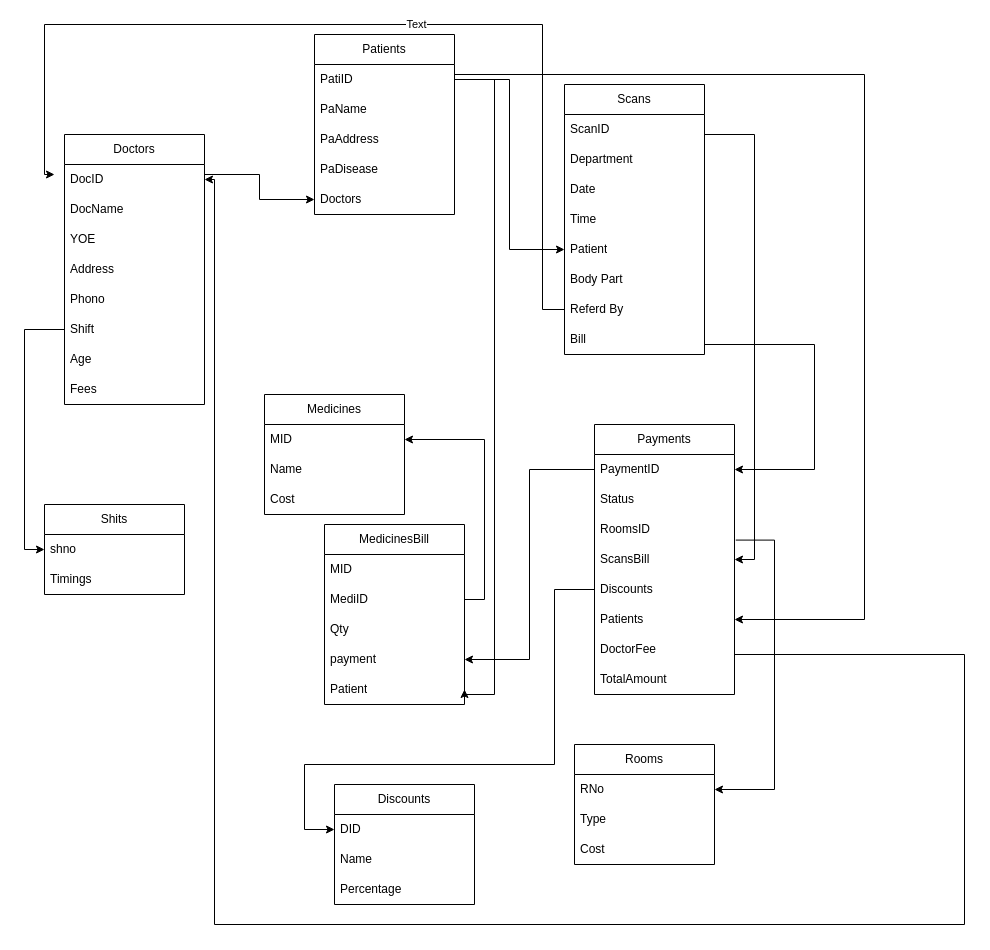
Earlier version of the draw.io diagram Untitled Diagram.drawio (BDivya251/Test1). Source tidied: cells renumbered, new cells numbered last; positions are measured from the earlier drawing's top-left corner, leaving out a move shared by most shapes. Both pictures are drawn from the tidied source at 100%, with x=0, y=0 at pixel (44, 24).
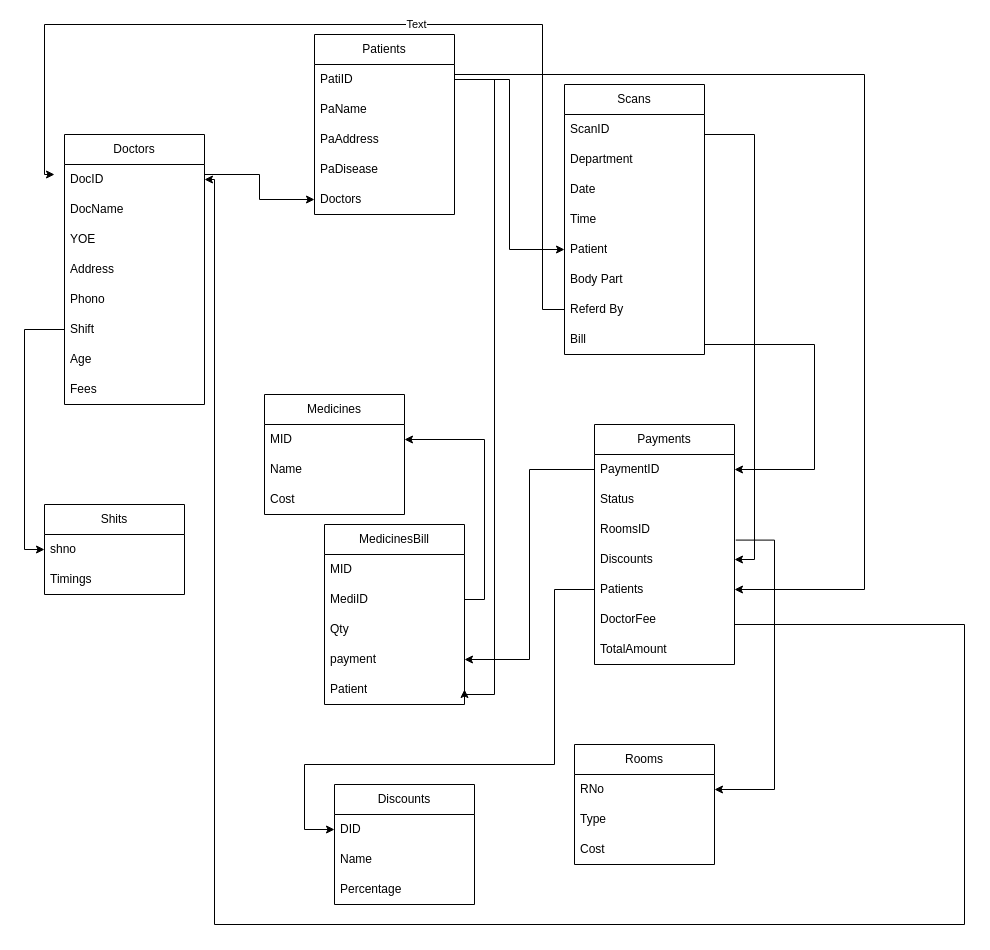
The same diagram, later.

Unchanged cells that the change refers to:
```xml
<mxCell id="3" value="DocID" style="text;strokeColor=none;fillColor=none;align=left;verticalAlign=middle;spacingLeft=4;spacingRight=4;overflow=hidden;points=[[0,0.5],[1,0.5]];portConstraint=eastwest;whiteSpace=wrap;html=1;" parent="2" vertex="1">
  <mxGeometry y="30" width="140" height="30" as="geometry" />
</mxCell>
<mxCell id="12" value="PatiID" style="text;strokeColor=none;fillColor=none;align=left;verticalAlign=middle;spacingLeft=4;spacingRight=4;overflow=hidden;points=[[0,0.5],[1,0.5]];portConstraint=eastwest;whiteSpace=wrap;html=1;" parent="11" vertex="1">
  <mxGeometry y="30" width="140" height="30" as="geometry" />
</mxCell>
```

The edit, as a diff of the source:
```diff
@@
     <mxCell id="26" value="Payments" style="swimlane;fontStyle=0;horizontal=1;startSize=30;whiteSpace=wrap;html=1;" parent="1" vertex="1">
-      <mxGeometry x="550" y="400" width="140" height="270" as="geometry" />
+      <mxGeometry x="550" y="400" width="140" height="240" as="geometry" />
     </mxCell>
@@
-    <mxCell id="30" value="ScansBill" style="text;strokeColor=none;fillColor=none;align=left;verticalAlign=middle;spacingLeft=4;spacingRight=4;overflow=hidden;points=[[0,0.5],[1,0.5]];portConstraint=eastwest;whiteSpace=wrap;html=1;" parent="26" vertex="1">
-      <mxGeometry y="120" width="140" height="30" as="geometry" />
-    </mxCell>
     <mxCell id="31" value="Discounts" style="text;strokeColor=none;fillColor=none;align=left;verticalAlign=middle;spacingLeft=4;spacingRight=4;overflow=hidden;points=[[0,0.5],[1,0.5]];portConstraint=eastwest;whiteSpace=wrap;html=1;" parent="26" vertex="1">
-      <mxGeometry y="150" width="140" height="30" as="geometry" />
+      <mxGeometry y="120" width="140" height="30" as="geometry" />
     </mxCell>
     <mxCell id="32" value="Patients" style="text;strokeColor=none;fillColor=none;align=left;verticalAlign=middle;spacingLeft=4;spacingRight=4;overflow=hidden;points=[[0,0.5],[1,0.5]];portConstraint=eastwest;whiteSpace=wrap;html=1;" parent="26" vertex="1">
-      <mxGeometry y="180" width="140" height="30" as="geometry" />
+      <mxGeometry y="150" width="140" height="30" as="geometry" />
     </mxCell>
     <mxCell id="33" value="DoctorFee" style="text;strokeColor=none;fillColor=none;align=left;verticalAlign=middle;spacingLeft=4;spacingRight=4;overflow=hidden;points=[[0,0.5],[1,0.5]];portConstraint=eastwest;whiteSpace=wrap;html=1;" parent="26" vertex="1">
-      <mxGeometry y="210" width="140" height="30" as="geometry" />
+      <mxGeometry y="180" width="140" height="30" as="geometry" />
     </mxCell>
     <mxCell id="34" value="TotalAmount" style="text;strokeColor=none;fillColor=none;align=left;verticalAlign=middle;spacingLeft=4;spacingRight=4;overflow=hidden;whiteSpace=wrap;html=1;" parent="26" vertex="1">
-      <mxGeometry y="240" width="140" height="30" as="geometry" />
+      <mxGeometry y="210" width="140" height="30" as="geometry" />
     </mxCell>
@@
-    <mxCell id="59" style="edgeStyle=orthogonalEdgeStyle;rounded=0;jettySize=auto;html=1;entryX=1;entryY=0.5;entryDx=0;entryDy=0;" parent="1" edge="1" target="30">
+    <mxCell id="59" style="edgeStyle=orthogonalEdgeStyle;rounded=0;orthogonalLoop=1;jettySize=auto;html=1;entryX=1;entryY=0.5;entryDx=0;entryDy=0;" parent="1" edge="1">
       <mxGeometry relative="1" as="geometry">
         <mxPoint x="660" y="120" as="sourcePoint" />
+        <mxPoint x="690" y="535" as="targetPoint" />
         <Array as="points">
           <mxPoint x="660" y="110" />
           <mxPoint x="710" y="110" />
           <mxPoint x="710" y="535" />
         </Array>
       </mxGeometry>
     </mxCell>
@@
     <mxCell id="65" style="edgeStyle=orthogonalEdgeStyle;rounded=0;jettySize=auto;html=1;entryX=1;entryY=0.5;entryDx=0;entryDy=0;exitX=1;exitY=0.5;exitDx=0;exitDy=0;" parent="1" edge="1" source="12" target="32">
       <mxGeometry relative="1" as="geometry">
         <Array as="points">
           <mxPoint x="410" y="50" />
           <mxPoint x="820" y="50" />
-          <mxPoint x="820" y="595" />
+          <mxPoint x="820" y="565" />
         </Array>
       </mxGeometry>
     </mxCell>
     <mxCell id="66" style="edgeStyle=orthogonalEdgeStyle;rounded=0;jettySize=auto;html=1;exitX=1;exitY=0.5;exitDx=0;exitDy=0;entryX=1;entryY=0.5;entryDx=0;entryDy=0;" parent="1" edge="1" source="33" target="3">
       <mxGeometry relative="1" as="geometry">
         <Array as="points">
-          <mxPoint x="690" y="630" />
-          <mxPoint x="920" y="630" />
+          <mxPoint x="690" y="600" />
+          <mxPoint x="920" y="600" />
           <mxPoint x="920" y="900" />
           <mxPoint x="170" y="900" />
           <mxPoint x="170" y="155" />
         </Array>
       </mxGeometry>
     </mxCell>
```
